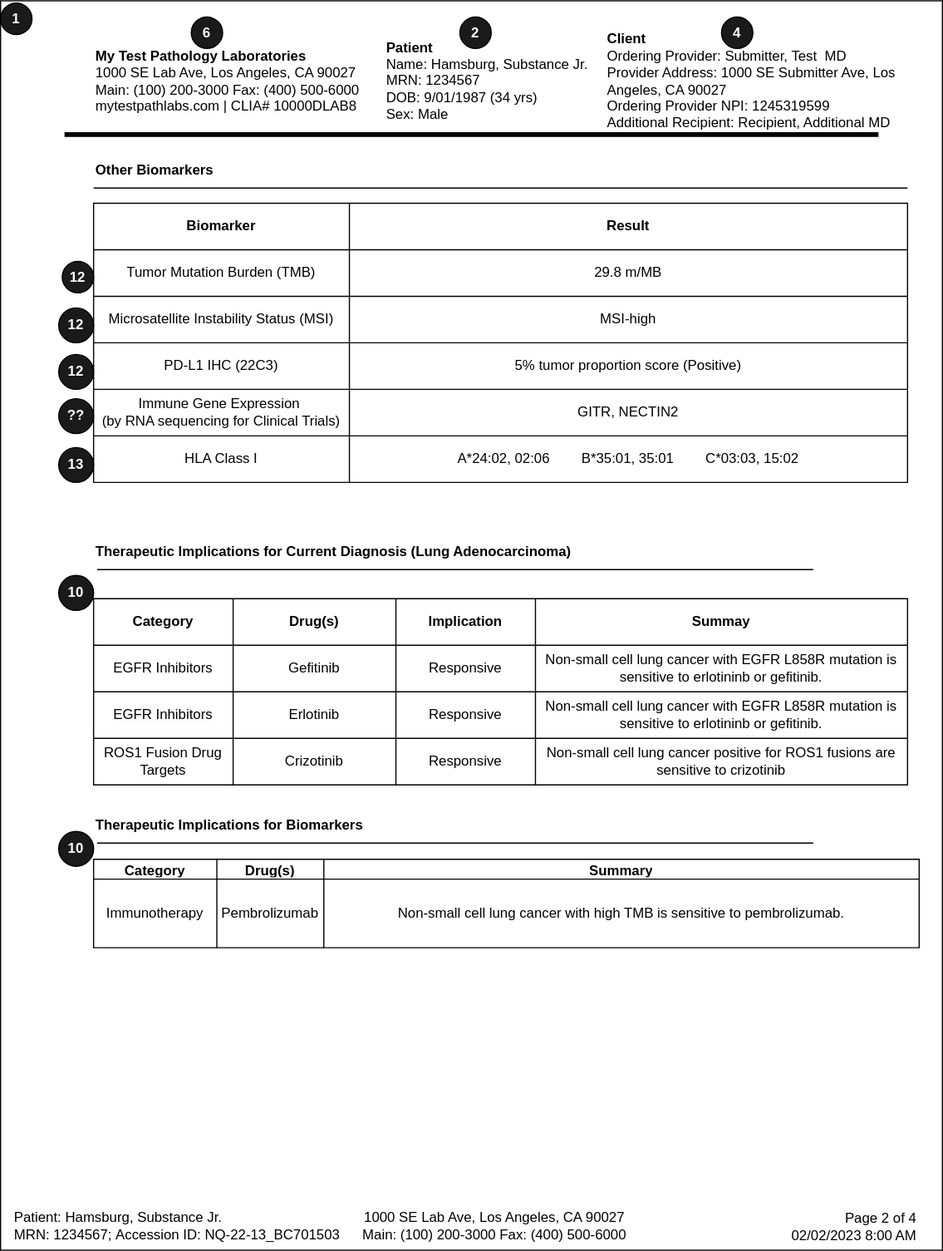
This is input/images/Report_Page2.svg from HL7/genomics-reporting, a draw.io export, as it was before one commit. Source tidied: cells renumbered, new cells last; positions are measured from the earlier drawing's top-left corner, leaving out a move shared by most shapes.
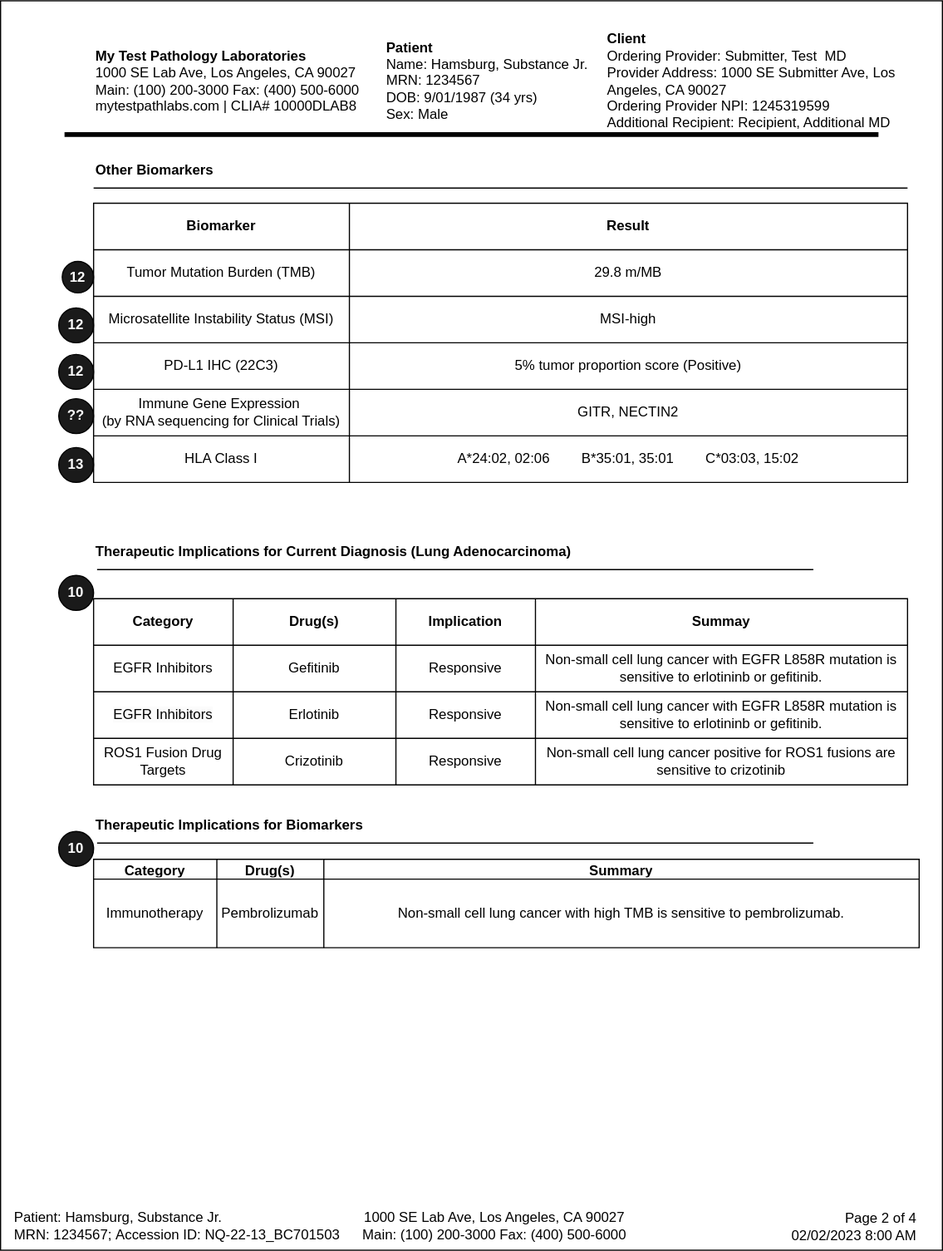
The same diagram one commit later.

Commit message:
Updates to somatic page

What changed in the source:
```diff
@@ -38,9 +38,6 @@
     <mxCell id="11" value="&amp;nbsp;Page 2 of 4&lt;br style=&quot;border-color: var(--border-color);&quot;&gt;02/02/2023 8:00 AM" style="text;html=1;strokeColor=none;fillColor=none;align=right;verticalAlign=middle;whiteSpace=wrap;rounded=0;" parent="1" vertex="1">
       <mxGeometry x="670" y="1034" width="120" height="40" as="geometry" />
     </mxCell>
-    <mxCell id="12" value="&lt;font color=&quot;#ffffff&quot; style=&quot;font-size: 12px;&quot;&gt;&lt;b&gt;2&lt;/b&gt;&lt;/font&gt;" style="ellipse;whiteSpace=wrap;html=1;fillColor=#1A1A1A;direction=south;" parent="1" vertex="1">
-      <mxGeometry x="395" y="14" width="27" height="27" as="geometry" />
-    </mxCell>
     <mxCell id="13" style="endArrow=none;html=1;rounded=0;" parent="1" edge="1">
       <mxGeometry relative="1" as="geometry">
         <mxPoint x="83" y="489" as="sourcePoint" />
@@ -200,18 +197,9 @@
     <mxCell id="64" value="Non-small cell lung cancer positive for ROS1 fusions are sensitive to crizotinib" style="shape=partialRectangle;html=1;whiteSpace=wrap;strokeColor=inherit;overflow=hidden;fillColor=none;top=0;left=0;bottom=0;right=0;" parent="60" vertex="1">
       <mxGeometry x="380" width="320" height="40" as="geometry" />
     </mxCell>
-    <mxCell id="65" value="&lt;font color=&quot;#ffffff&quot; style=&quot;font-size: 12px;&quot;&gt;&lt;b&gt;6&lt;/b&gt;&lt;/font&gt;" style="ellipse;whiteSpace=wrap;html=1;fillColor=#1A1A1A;direction=south;" parent="1" vertex="1">
-      <mxGeometry x="164" y="14" width="27" height="27" as="geometry" />
-    </mxCell>
     <mxCell id="66" value="&lt;b&gt;Client&lt;br&gt;&lt;/b&gt;Ordering Provider: Submitter, Test&amp;nbsp; MD&lt;br style=&quot;border-color: var(--border-color);&quot;&gt;Provider Address: 1000 SE Submitter Ave, Los Angeles, CA 90027&lt;br&gt;Ordering Provider NPI: 1245319599&lt;br&gt;Additional Recipient: Recipient, Additional MD" style="text;html=1;strokeColor=none;fillColor=none;align=left;verticalAlign=middle;whiteSpace=wrap;rounded=0;" parent="1" vertex="1">
       <mxGeometry x="520" y="29" width="290" height="80" as="geometry" />
     </mxCell>
-    <mxCell id="67" value="&lt;font color=&quot;#ffffff&quot; style=&quot;font-size: 12px;&quot;&gt;&lt;b&gt;4&lt;/b&gt;&lt;/font&gt;" style="ellipse;whiteSpace=wrap;html=1;fillColor=#1A1A1A;direction=south;" parent="1" vertex="1">
-      <mxGeometry x="620" y="14" width="27" height="27" as="geometry" />
-    </mxCell>
-    <mxCell id="68" value="&lt;font color=&quot;#ffffff&quot; style=&quot;font-size: 12px;&quot;&gt;&lt;b&gt;1&lt;/b&gt;&lt;/font&gt;" style="ellipse;whiteSpace=wrap;html=1;fillColor=#1A1A1A;direction=south;" parent="1" vertex="1">
-      <mxGeometry y="2" width="27" height="27" as="geometry" />
-    </mxCell>
     <mxCell id="69" value="&lt;font color=&quot;#ffffff&quot; style=&quot;font-size: 12px;&quot;&gt;&lt;b&gt;12&lt;/b&gt;&lt;/font&gt;" style="ellipse;whiteSpace=wrap;html=1;fillColor=#1A1A1A;direction=south;" parent="1" vertex="1">
       <mxGeometry x="53" y="224" width="27" height="27" as="geometry" />
     </mxCell>
```
